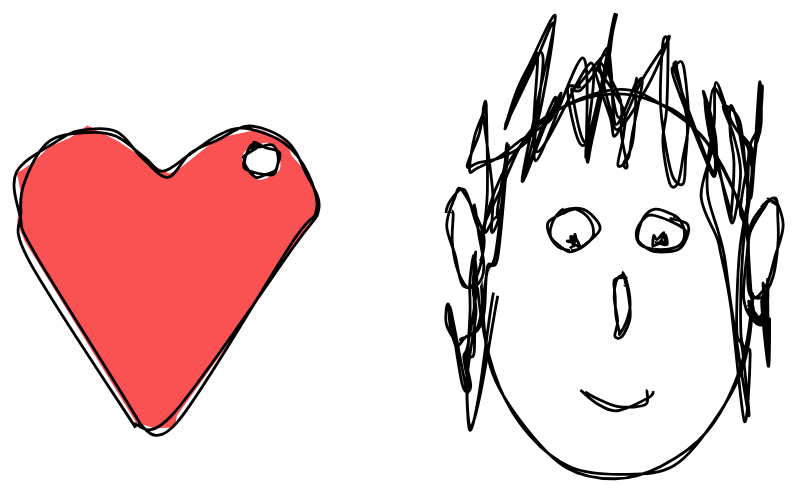
Above: async-work/images/human.svg in sinedied/talks (Excalidraw), before the change. Source tidied: one line per element, renumbered; positions are measured from the earlier drawing's top-left corner, leaving out a move shared by most shapes. Its diagram source:
```json
{"id": 0, "type": "ellipse", "strokeColor": "#000000", "backgroundColor": "#fff", "fillStyle": "solid", "strokeWidth": 2, "roughness": 2, "x": 330, "y": 53, "width": 195, "height": 276}
{"id": 1, "type": "line", "strokeColor": "#000000", "backgroundColor": "#fff", "fillStyle": "solid", "strokeWidth": 2, "roughness": 2, "x": 405, "y": 266, "width": 46, "height": 13, "points": [[0, 0], [12, 10], [26, 13], [41, 8], [46, 0]]}
{"id": 2, "type": "ellipse", "strokeColor": "#000000", "backgroundColor": "#fff", "fillStyle": "solid", "strokeWidth": 2, "roughness": 2, "x": 379, "y": 137, "width": 35, "height": 29}
{"id": 3, "type": "ellipse", "strokeColor": "#000000", "backgroundColor": "#fff", "fillStyle": "solid", "strokeWidth": 2, "roughness": 2, "x": 442, "y": 140, "width": 35, "height": 29}
{"id": 4, "type": "ellipse", "strokeColor": "#000000", "backgroundColor": "#fff", "fillStyle": "solid", "strokeWidth": 2, "roughness": 2, "x": 425, "y": 183, "width": 11, "height": 44}
{"id": 5, "type": "ellipse", "strokeColor": "#000000", "angle": 6.14, "backgroundColor": "#fff", "fillStyle": "solid", "strokeWidth": 2, "roughness": 2, "x": 309, "y": 123, "width": 22, "height": 70}
{"id": 6, "type": "ellipse", "strokeColor": "#000000", "angle": 0.17, "backgroundColor": "#fff", "fillStyle": "solid", "strokeWidth": 2, "roughness": 2, "x": 522, "y": 130, "width": 22, "height": 70}
{"id": 7, "type": "draw", "strokeColor": "#000000", "backgroundColor": "#fff", "fillStyle": "solid", "strokeWidth": 2, "roughness": 2, "x": 342, "y": 199, "width": 229, "height": 294, "points": [[0, 0], [-13, 71], [-21, 95], [-21, 59], [-17, 12], [-17, -7], [-16, -29], [-16, -6], [-20, 37], [-22, 44], [-22, 63], [-23, 67], [-30, 10], [-32, 21], [-32, 33], [-28, 34], [-21, 30], [-16, 24], [-11, 12], [-4, -19], [-1, -26], [9, -91], [10, -107], [3, -62], [0, -53], [-5, -46], [-5, -75], [-8, -127], [-5, -136], [-14, -116], [-18, -92], [-16, -91], [4, -101], [20, -111], [31, -121], [39, -130], [43, -142], [33, -124], [17, -81], [31, -134], [41, -196], [25, -168], [15, -146], [9, -122], [25, -159], [31, -170], [27, -100], [65, -166], [63, -101], [67, -108], [82, -169], [84, -186], [84, -199], [66, -110], [54, -146], [57, -147], [59, -145], [69, -157], [81, -176], [81, -158], [87, -125], [101, -146], [102, -152], [95, -113], [91, -97], [91, -90], [89, -113], [87, -137], [74, -165], [81, -130], [85, -118], [106, -149], [120, -177], [120, -181], [119, -137], [121, -106], [128, -84], [131, -81], [134, -98], [135, -124], [130, -163], [128, -165], [129, -157], [148, -98], [158, -87], [158, -114], [150, -144], [151, -128], [155, -105], [167, -64], [170, -57], [170, -92], [166, -113], [165, -133], [170, -120], [180, -81], [183, -72], [186, -152], [186, -125], [185, -106], [182, -91], [179, -103], [170, -125], [157, -150], [155, -122], [151, -102], [149, -71], [156, -44], [162, -30], [166, 9], [179, 86], [179, 47], [174, 36], [173, 26], [175, -32], [180, -86], [178, -103], [178, -56], [177, -41], [180, 5], [187, 22], [192, 8], [193, 3], [196, 51], [197, 18], [197, 35], [192, -8], [190, 6], [187, 15], [184, 7], [182, 6], [185, 17], [188, 14], [189, 20], [176, 11]]}
{"id": 8, "type": "draw", "strokeColor": "#000000", "backgroundColor": "#fff", "fillStyle": "solid", "strokeWidth": 2, "roughness": 2, "x": 395, "y": 165, "width": 4, "height": 8, "points": [[0, 0], [0, -7], [3, -5], [4, -8], [4, -5], [0, 0]]}
{"id": 9, "type": "draw", "strokeColor": "#000000", "backgroundColor": "#fff", "fillStyle": "solid", "strokeWidth": 2, "roughness": 2, "x": 456, "y": 164, "width": 4, "height": 8, "points": [[0, 0], [0, -7], [3, -5], [4, -8], [4, -5], [0, 0]]}
{"id": 10, "type": "line", "strokeColor": "#000000", "backgroundColor": "#fa5252", "fillStyle": "solid", "strokeWidth": 2, "roughness": 2, "x": 208, "y": 660, "width": 211, "height": 211, "points": [[-121, -368], [-197, -488], [-208, -519], [-205, -546], [-184, -570], [-161, -578], [-135, -574], [-117, -560], [-101, -548], [-82, -562], [-66, -575], [-43, -579], [-20, -570], [0, -548], [3, -520], [-12, -494], [-93, -373], [-121, -368]]}
{"id": 11, "type": "ellipse", "strokeColor": "#000000", "backgroundColor": "#fff", "fillStyle": "solid", "strokeWidth": 2, "roughness": 2, "x": 161, "y": 91, "width": 26, "height": 23}
```
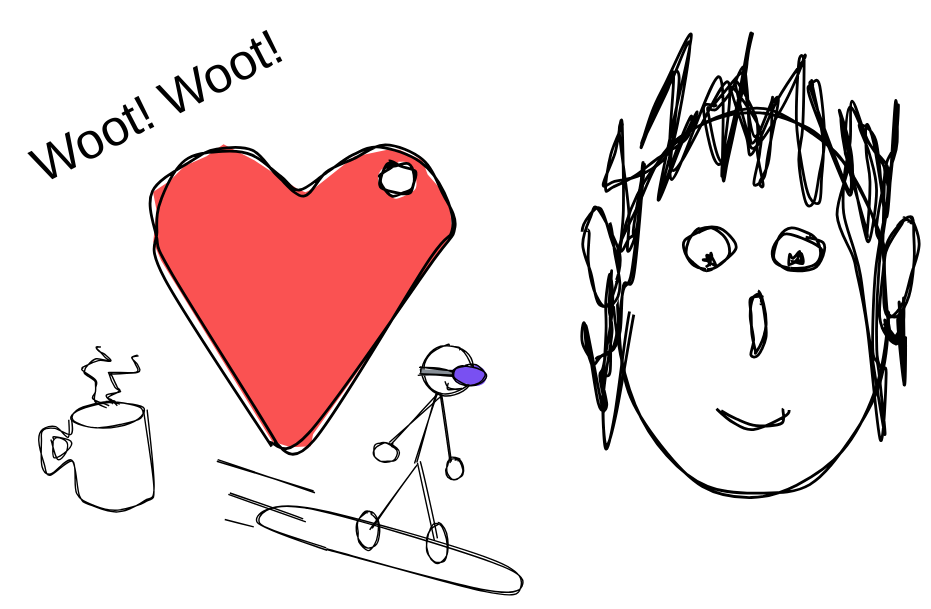
Above is the later version.

Change to the diagram source:
```diff
@@ -10,3 +10,26 @@
 {"id": 9, "type": "draw", "strokeColor": "#000000", "backgroundColor": "#fff", "fillStyle": "solid", "strokeWidth": 2, "roughness": 2, "x": 456, "y": 164, "width": 4, "height": 8, "points": [[0, 0], [0, -7], [3, -5], [4, -8], [4, -5], [0, 0]]}
 {"id": 10, "type": "line", "strokeColor": "#000000", "backgroundColor": "#fa5252", "fillStyle": "solid", "strokeWidth": 2, "roughness": 2, "x": 208, "y": 660, "width": 211, "height": 211, "points": [[-121, -368], [-197, -488], [-208, -519], [-205, -546], [-184, -570], [-161, -578], [-135, -574], [-117, -560], [-101, -548], [-82, -562], [-66, -575], [-43, -579], [-20, -570], [0, -548], [3, -520], [-12, -494], [-93, -373], [-121, -368]]}
 {"id": 11, "type": "ellipse", "strokeColor": "#000000", "backgroundColor": "#fff", "fillStyle": "solid", "strokeWidth": 2, "roughness": 2, "x": 161, "y": 91, "width": 26, "height": 23}
+{"id": 12, "type": "text", "text": "Woot! Woot!", "strokeColor": "#000000", "angle": 5.81, "backgroundColor": "#fab005", "fillStyle": "solid", "strokeWidth": 1, "roughness": 2, "fontSize": 36, "fontFamily": 1, "textAlign": "center", "x": -101, "y": 30, "width": 209, "height": 45}
+{"id": 13, "type": "line", "strokeColor": "#000000", "angle": 6.2, "strokeWidth": 1, "roughness": 1, "x": -2, "y": 278, "width": 79, "height": 70, "points": [[-55, -6], [-56, 7], [-66, -1], [-75, 1], [-78, 8], [-77, 26], [-72, 33], [-56, 26], [-55, 49], [-44, 58], [-26, 62], [-6, 58], [1, 48], [-1, -8]]}
+{"id": 14, "type": "ellipse", "strokeColor": "#000000", "angle": 6.2, "strokeWidth": 1, "roughness": 1, "x": -59, "y": 262, "width": 52, "height": 18}
+{"id": 15, "type": "line", "strokeColor": "#000000", "angle": 6.2, "strokeWidth": 1, "roughness": 1, "x": -71, "y": 299, "width": 11, "height": 16, "points": [[0, -10], [0, 2], [10, -3], [11, -8], [1, -14], [0, -10]]}
+{"id": 16, "type": "draw", "strokeColor": "#000000", "angle": 6.2, "strokeWidth": 1, "roughness": 1, "x": -15, "y": 322, "width": 20, "height": 45, "points": [[-19, -55], [-27, -61], [-28, -67], [-26, -71], [-27, -75], [-35, -83], [-35, -85], [-33, -86], [-23, -89], [-15, -89], [-17, -92], [-22, -94], [-22, -99], [-21, -100]]}
+{"id": 17, "type": "draw", "strokeColor": "#000000", "angle": 6.2, "strokeWidth": 1, "roughness": 1, "x": -19, "y": 305, "width": 23, "height": 34, "points": [[-8, -41], [-13, -44], [-14, -48], [-7, -50], [-7, -54], [-11, -62], [-10, -64], [8, -63], [9, -70], [6, -75], [9, -75]]}
+{"id": 18, "type": "line", "strokeColor": "#000000", "strokeWidth": 1, "roughness": 1, "x": 225, "y": 427, "width": 188, "height": 57, "points": [[-101, -60], [10, -31], [39, -33], [19, -51], [-116, -88], [-149, -79], [-101, -60]]}
+{"id": 19, "type": "line", "strokeColor": "#000000", "strokeWidth": 1, "roughness": 1, "x": 155, "y": 353, "width": 34, "height": 47, "points": [[0, 0], [34, -47]]}
+{"id": 20, "type": "line", "strokeColor": "#000000", "strokeWidth": 1, "roughness": 1, "x": 189, "y": 305, "width": 13, "height": 55, "points": [[0, 0], [13, 55]]}
+{"id": 21, "type": "line", "strokeColor": "#000000", "strokeWidth": 1, "roughness": 1, "x": 188, "y": 305, "width": 16, "height": 49, "points": [[0, 0], [16, -49]]}
+{"id": 22, "type": "line", "strokeColor": "#000000", "strokeWidth": 1, "roughness": 1, "x": 204, "y": 256, "width": 36, "height": 36, "points": [[0, 0], [-36, 36]]}
+{"id": 23, "type": "line", "strokeColor": "#000000", "strokeWidth": 1, "roughness": 1, "x": 205, "y": 256, "width": 8, "height": 49, "points": [[0, 0], [8, 49]]}
+{"id": 24, "type": "ellipse", "strokeColor": "#000000", "strokeWidth": 1, "roughness": 1, "x": 192, "y": 221, "width": 36, "height": 35}
+{"id": 25, "type": "ellipse", "strokeColor": "#000000", "backgroundColor": "#7950f2", "fillStyle": "solid", "strokeWidth": 1, "roughness": 1, "x": 214, "y": 235, "width": 24, "height": 14}
+{"id": 26, "type": "rectangle", "strokeColor": "#000000", "angle": 0.09, "backgroundColor": "#868e96", "fillStyle": "solid", "strokeWidth": 1, "roughness": 1, "x": 191, "y": 238, "width": 23, "height": 5}
+{"id": 27, "type": "ellipse", "strokeColor": "#000000", "strokeWidth": 1, "roughness": 1, "x": 209, "y": 302, "width": 13, "height": 15}
+{"id": 28, "type": "ellipse", "strokeColor": "#000000", "strokeWidth": 1, "roughness": 1, "x": 157, "y": 291, "width": 18, "height": 14}
+{"id": 29, "type": "line", "strokeColor": "#000000", "strokeWidth": 1, "roughness": 1, "x": 242, "y": 266, "width": 10, "height": 6, "points": [[-22, -13], [-32, -14], [-32, -19]]}
+{"id": 30, "type": "ellipse", "strokeColor": "#000000", "strokeWidth": 1, "roughness": 1, "x": 145, "y": 340, "width": 16, "height": 26}
+{"id": 31, "type": "ellipse", "strokeColor": "#000000", "strokeWidth": 1, "roughness": 1, "x": 195, "y": 349, "width": 15, "height": 29}
+{"id": 32, "type": "line", "strokeColor": "#000000", "strokeWidth": 1, "roughness": 0, "x": 72, "y": 351, "width": 21, "height": 5, "points": [[0, 0], [-21, -5]]}
+{"id": 33, "type": "line", "strokeColor": "#000000", "strokeWidth": 1, "roughness": 1, "x": 114, "y": 327, "width": 69, "height": 23, "points": [[0, 0], [-69, -23]]}
+{"id": 34, "type": "line", "strokeColor": "#000000", "strokeWidth": 1, "roughness": 1, "x": 108, "y": 346, "width": 53, "height": 18, "points": [[0, 0], [-53, -18]]}
```
